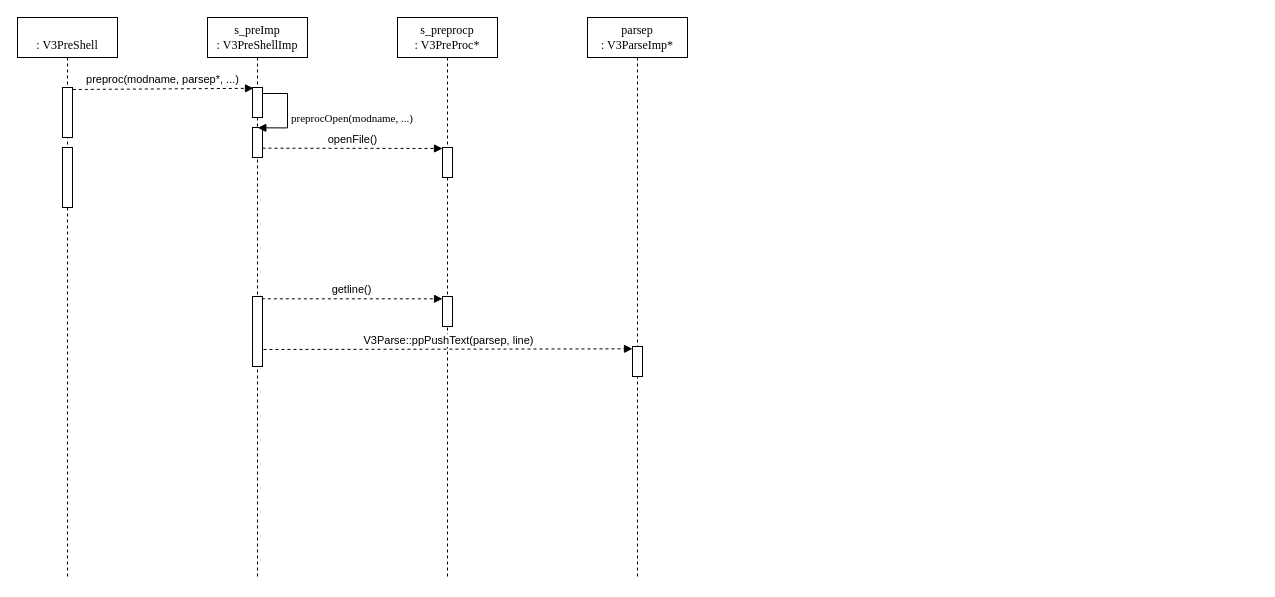
Above: verilator_digrams/YY_INPUT.drawio in Dercury/CLDK (draw.io), before the change. Source tidied: cells renumbered, new cells numbered last; positions are measured from the earlier drawing's top-left corner, leaving out a move shared by most shapes. Both pictures are drawn from the tidied source at 100%, with x=0, y=0 at pixel (17, 17).
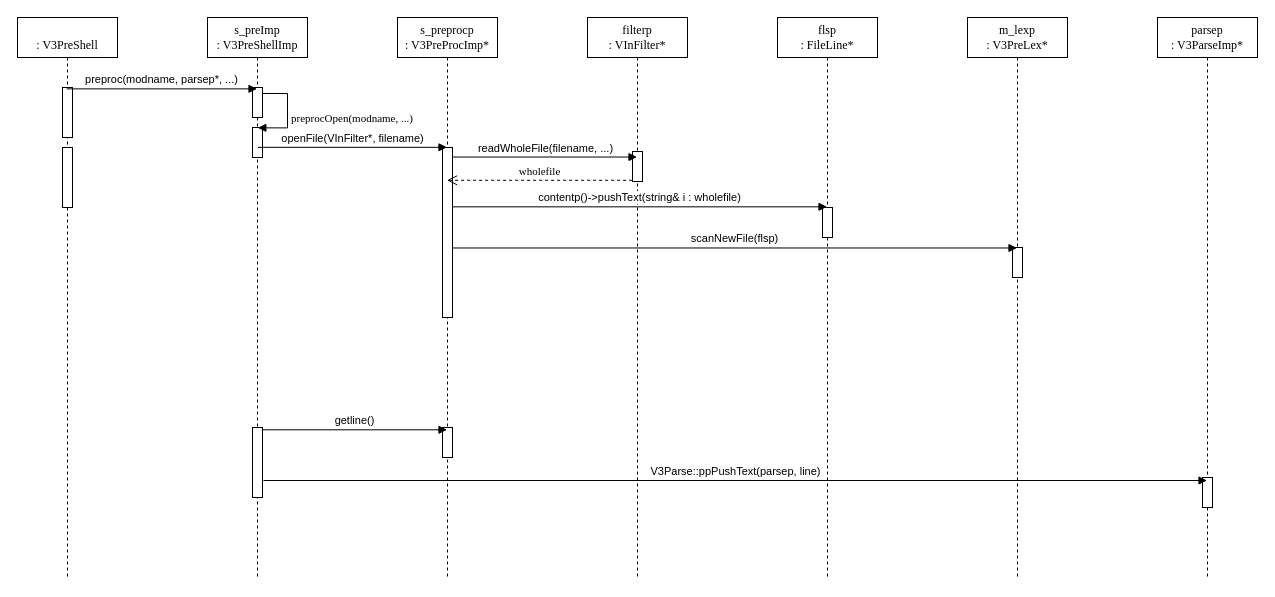
After the change.

Unchanged cells that the change refers to:
```xml
<mxCell id="2" value="&lt;br&gt;: V3PreShell" style="shape=umlLifeline;perimeter=lifelinePerimeter;whiteSpace=wrap;html=1;outlineConnect=0;fontFamily=Times New Roman;" parent="1" vertex="1">
  <mxGeometry width="100" height="562" as="geometry" />
</mxCell>
<mxCell id="3" style="html=1;points=[];perimeter=orthogonalPerimeter;" parent="2" vertex="1">
  <mxGeometry x="45" y="70" width="10" height="50" as="geometry" />
</mxCell>
<mxCell id="5" value="s_preImp&lt;br&gt;: V3PreShellImp" style="shape=umlLifeline;perimeter=lifelinePerimeter;whiteSpace=wrap;html=1;outlineConnect=0;fontFamily=Times New Roman;" parent="1" vertex="1">
  <mxGeometry x="190" width="100" height="562" as="geometry" />
</mxCell>
<mxCell id="6" style="html=1;points=[];perimeter=orthogonalPerimeter;" parent="5" vertex="1">
  <mxGeometry x="45" y="70" width="10" height="30" as="geometry" />
</mxCell>
<mxCell id="7" style="html=1;points=[];perimeter=orthogonalPerimeter;" parent="5" vertex="1">
  <mxGeometry x="45" y="110" width="10" height="30" as="geometry" />
</mxCell>
```

The edit, as a diff of the source:
```diff
@@
-    <mxCell id="8" value="preprocOpen(modname, ...)" style="edgeStyle=orthogonalEdgeStyle;html=1;align=left;spacingLeft=2;endArrow=block;rounded=0;fontFamily=Times New Roman;exitX=1.003;exitY=0.123;exitDx=0;exitDy=0;exitPerimeter=0;entryX=0.533;entryY=0.012;entryDx=0;entryDy=0;entryPerimeter=0;" parent="5" edge="1" source="6" target="7">
+    <mxCell id="8" value="preprocOpen(modname, ...)" style="edgeStyle=orthogonalEdgeStyle;html=1;align=left;spacingLeft=2;endArrow=block;rounded=0;fontFamily=Times New Roman;entryX=0.533;entryY=0.012;entryDx=0;entryDy=0;entryPerimeter=0;" parent="5" edge="1" source="6" target="7">
       <mxGeometry x="0.13" relative="1" as="geometry">
         <Array as="points">
-          <mxPoint x="55" y="76" />
           <mxPoint x="80" y="76" />
           <mxPoint x="80" y="110" />
-          <mxPoint x="50" y="110" />
         </Array>
       </mxGeometry>
     </mxCell>
     <mxCell id="9" style="html=1;points=[];perimeter=orthogonalPerimeter;" parent="5" vertex="1">
-      <mxGeometry x="45" y="279" width="10" height="70" as="geometry" />
+      <mxGeometry x="45" y="410" width="10" height="70" as="geometry" />
     </mxCell>
-    <mxCell id="10" value="preproc(modname, parsep*, ...)" style="html=1;verticalAlign=bottom;endArrow=block;dashed=1;exitX=1.033;exitY=0.04;exitDx=0;exitDy=0;exitPerimeter=0;entryX=0.1;entryY=0.027;entryDx=0;entryDy=0;entryPerimeter=0;" parent="1" edge="1" source="3" target="6">
+    <mxCell id="10" value="preproc(modname, parsep*, ...)" style="html=1;verticalAlign=bottom;endArrow=block;exitX=0.492;exitY=0.127;exitDx=0;exitDy=0;exitPerimeter=0;" parent="1" edge="1" source="2" target="5">
       <mxGeometry relative="1" as="geometry" />
     </mxCell>
-    <mxCell id="11" value="s_preprocp&lt;br&gt;: V3PreProc*" style="shape=umlLifeline;perimeter=lifelinePerimeter;whiteSpace=wrap;html=1;outlineConnect=0;fontFamily=Times New Roman;" parent="1" vertex="1">
+    <mxCell id="11" value="s_preprocp&lt;br&gt;: V3PreProcImp*" style="shape=umlLifeline;perimeter=lifelinePerimeter;whiteSpace=wrap;html=1;outlineConnect=0;fontFamily=Times New Roman;" parent="1" vertex="1">
       <mxGeometry x="380" width="100" height="562" as="geometry" />
     </mxCell>
     <mxCell id="12" style="html=1;points=[];perimeter=orthogonalPerimeter;" parent="11" vertex="1">
-      <mxGeometry x="45" y="130" width="10" height="30" as="geometry" />
+      <mxGeometry x="45" y="130" width="10" height="170" as="geometry" />
     </mxCell>
     <mxCell id="13" style="html=1;points=[];perimeter=orthogonalPerimeter;" parent="11" vertex="1">
-      <mxGeometry x="45" y="279" width="10" height="30" as="geometry" />
+      <mxGeometry x="45" y="410" width="10" height="30" as="geometry" />
     </mxCell>
-    <mxCell id="14" value="getline()" style="html=1;verticalAlign=bottom;endArrow=block;dashed=1;exitX=0.933;exitY=0.033;exitDx=0;exitDy=0;exitPerimeter=0;entryX=0;entryY=0.078;entryDx=0;entryDy=0;entryPerimeter=0;" parent="1" edge="1" source="9" target="13">
-      <mxGeometry relative="1" as="geometry" />
+    <mxCell id="14" value="getline()" style="html=1;verticalAlign=bottom;endArrow=block;exitX=0.933;exitY=0.033;exitDx=0;exitDy=0;exitPerimeter=0;" parent="1" edge="1" source="9">
+      <mxGeometry relative="1" as="geometry">
+        <mxPoint x="429.5" y="412.3" as="targetPoint" />
+      </mxGeometry>
     </mxCell>
     <mxCell id="15" value="parsep&lt;br&gt;: V3ParseImp*" style="shape=umlLifeline;perimeter=lifelinePerimeter;whiteSpace=wrap;html=1;fontFamily=Times New Roman;" parent="1" vertex="1">
-      <mxGeometry x="570" width="100" height="562" as="geometry" />
+      <mxGeometry x="1140" width="100" height="562" as="geometry" />
     </mxCell>
     <mxCell id="16" style="html=1;points=[];perimeter=orthogonalPerimeter;" parent="15" vertex="1">
-      <mxGeometry x="45" y="329" width="10" height="30" as="geometry" />
+      <mxGeometry x="45" y="460" width="10" height="30" as="geometry" />
     </mxCell>
-    <mxCell id="17" value="V3Parse::ppPushText(parsep, line)" style="html=1;verticalAlign=bottom;endArrow=block;dashed=1;entryX=0;entryY=0.078;entryDx=0;entryDy=0;entryPerimeter=0;exitX=1.1;exitY=0.757;exitDx=0;exitDy=0;exitPerimeter=0;" parent="1" edge="1" source="9" target="16">
-      <mxGeometry relative="1" as="geometry" />
+    <mxCell id="17" value="V3Parse::ppPushText(parsep, line)" style="html=1;verticalAlign=bottom;endArrow=block;exitX=1.1;exitY=0.757;exitDx=0;exitDy=0;exitPerimeter=0;" parent="1" edge="1" source="9">
+      <mxGeometry relative="1" as="geometry">
+        <mxPoint x="1189.5" y="463" as="targetPoint" />
+      </mxGeometry>
     </mxCell>
-    <mxCell id="18" value="openFile()" style="html=1;verticalAlign=bottom;endArrow=block;dashed=1;entryX=0;entryY=0.033;entryDx=0;entryDy=0;entryPerimeter=0;exitX=1;exitY=0.689;exitDx=0;exitDy=0;exitPerimeter=0;" parent="1" edge="1" source="7" target="12">
+    <mxCell id="18" value="openFile(VInFilter*, filename)" style="html=1;verticalAlign=bottom;endArrow=block;exitX=0.503;exitY=0.231;exitDx=0;exitDy=0;exitPerimeter=0;" parent="1" edge="1" source="5" target="11">
       <mxGeometry relative="1" as="geometry" />
     </mxCell>
+    <mxCell id="19" value="filterp&lt;br&gt;: VInFilter*" style="shape=umlLifeline;perimeter=lifelinePerimeter;whiteSpace=wrap;html=1;outlineConnect=0;fontFamily=Times New Roman;" parent="1" vertex="1">
+      <mxGeometry x="570" width="100" height="562" as="geometry" />
+    </mxCell>
+    <mxCell id="20" style="html=1;points=[];perimeter=orthogonalPerimeter;" parent="19" vertex="1">
+      <mxGeometry x="45" y="134" width="10" height="30" as="geometry" />
+    </mxCell>
+    <mxCell id="21" value="readWholeFile(filename, ...)" style="html=1;verticalAlign=bottom;endArrow=block;exitX=1.055;exitY=0.056;exitDx=0;exitDy=0;exitPerimeter=0;" parent="1" edge="1" source="12" target="19">
+      <mxGeometry relative="1" as="geometry" />
+    </mxCell>
+    <mxCell id="22" value="flsp&lt;br&gt;: FileLine*" style="shape=umlLifeline;perimeter=lifelinePerimeter;whiteSpace=wrap;html=1;outlineConnect=0;fontFamily=Times New Roman;" parent="1" vertex="1">
+      <mxGeometry x="760" width="100" height="562" as="geometry" />
+    </mxCell>
+    <mxCell id="23" style="html=1;perimeter=orthogonalPerimeter;" parent="22" vertex="1">
+      <mxGeometry x="45" y="190" width="10" height="30" as="geometry" />
+    </mxCell>
+    <mxCell id="24" value="wholefile" style="html=1;verticalAlign=bottom;endArrow=open;dashed=1;endSize=8;fontFamily=Times New Roman;exitX=-0.04;exitY=0.96;exitDx=0;exitDy=0;exitPerimeter=0;" parent="1" edge="1" source="20" target="11">
+      <mxGeometry relative="1" as="geometry" />
+    </mxCell>
+    <mxCell id="25" value="contentp()-&amp;gt;pushText(string&amp;amp; i : wholefile)" style="html=1;verticalAlign=bottom;endArrow=block;exitX=0.967;exitY=0.349;exitDx=0;exitDy=0;exitPerimeter=0;" parent="1" edge="1" source="12" target="22">
+      <mxGeometry relative="1" as="geometry" />
+    </mxCell>
+    <mxCell id="26" value="m_lexp&lt;br&gt;: V3PreLex*" style="shape=umlLifeline;perimeter=lifelinePerimeter;whiteSpace=wrap;html=1;outlineConnect=0;fontFamily=Times New Roman;" parent="1" vertex="1">
+      <mxGeometry x="950" width="100" height="562" as="geometry" />
+    </mxCell>
+    <mxCell id="27" style="html=1;perimeter=orthogonalPerimeter;" parent="26" vertex="1">
+      <mxGeometry x="45" y="230" width="10" height="30" as="geometry" />
+    </mxCell>
+    <mxCell id="28" value="scanNewFile(flsp)" style="html=1;verticalAlign=bottom;endArrow=block;exitX=1.038;exitY=0.591;exitDx=0;exitDy=0;exitPerimeter=0;" parent="1" edge="1" source="12" target="26">
+      <mxGeometry relative="1" as="geometry" />
+    </mxCell>
```
